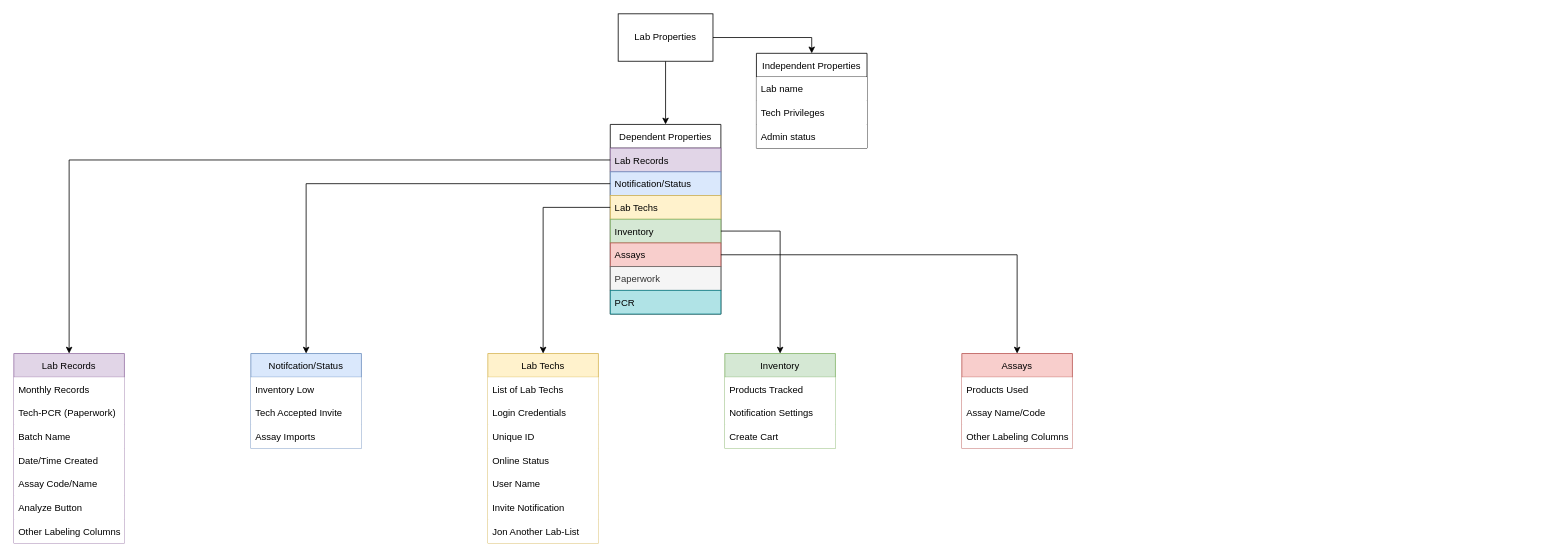
FusRaDa/pcr-paperwork-website-draw keeps this draw.io diagram as page "Properties" (2 of 3) of Untitled Diagram.drawio. Above is the earlier version. Source tidied: cells renumbered, new cells numbered last; positions are measured from the earlier drawing's top-left corner, leaving out a move shared by most shapes. Both pictures are drawn from the tidied source at 79%, with x=0, y=0 at pixel (13, 13).
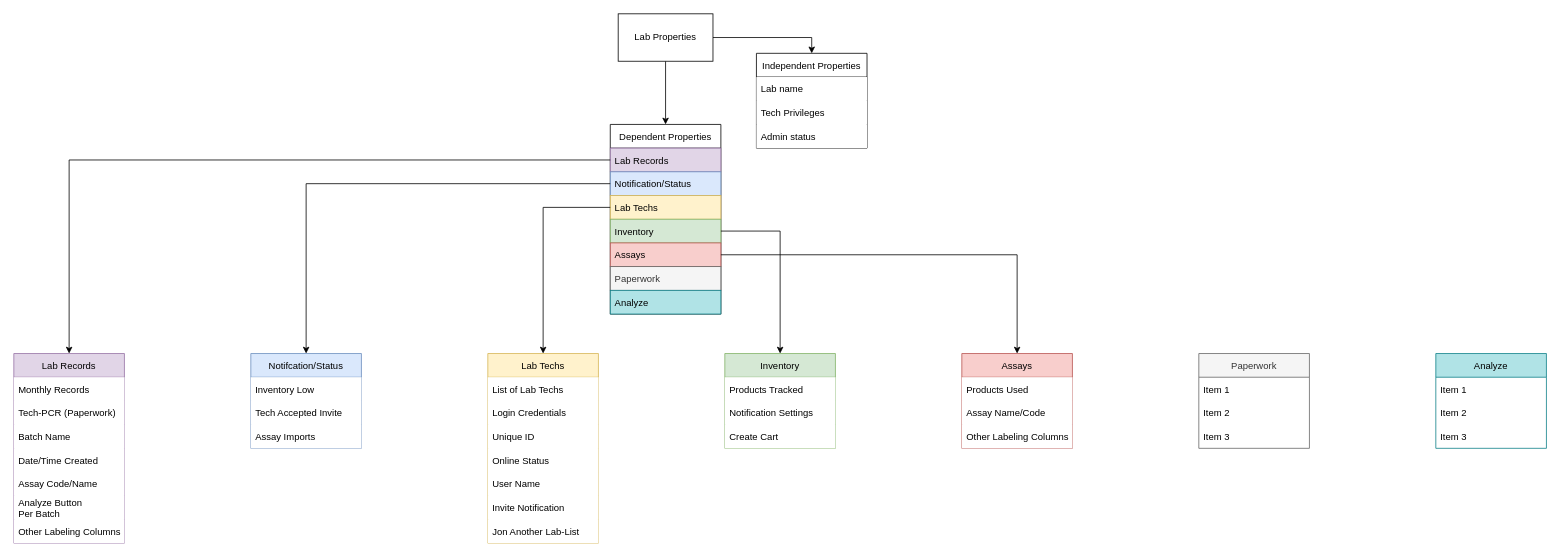
The same diagram, later.

The change refers to these unchanged cells:
```xml
<mxCell id="9" value="Dependent Properties" style="swimlane;fontStyle=0;horizontal=1;startSize=30;" parent="1" vertex="1">
  <mxGeometry x="755" y="140" width="140" height="240" as="geometry" />
</mxCell>
<mxCell id="17" value="Lab Records" style="swimlane;fontStyle=0;horizontal=1;startSize=30;fillColor=#e1d5e7;strokeColor=#9673a6;" parent="1" vertex="1">
  <mxGeometry y="430" width="140" height="240" as="geometry" />
</mxCell>
```

The edit, as a diff of the source:
```diff
@@
-    <mxCell id="16" value="PCR" style="text;strokeColor=#0e8088;fillColor=#b0e3e6;align=left;verticalAlign=middle;spacingLeft=4;spacingRight=4;overflow=hidden;" parent="9" vertex="1">
+    <mxCell id="16" value="Analyze" style="text;strokeColor=#0e8088;fillColor=#b0e3e6;align=left;verticalAlign=middle;spacingLeft=4;spacingRight=4;overflow=hidden;" parent="9" vertex="1">
       <mxGeometry y="210" width="140" height="30" as="geometry" />
     </mxCell>
@@
-    <mxCell id="23" value="Analyze Button" style="text;align=left;verticalAlign=middle;spacingLeft=4;spacingRight=4;overflow=hidden;fillColor=default;" parent="17" vertex="1">
+    <mxCell id="23" value="Analyze Button&#10;Per Batch" style="text;align=left;verticalAlign=middle;spacingLeft=4;spacingRight=4;overflow=hidden;fillColor=default;" parent="17" vertex="1">
       <mxGeometry y="180" width="140" height="30" as="geometry" />
     </mxCell>
@@
+    <mxCell id="50" value="Paperwork" style="swimlane;fontStyle=0;horizontal=1;startSize=30;fillColor=#f5f5f5;fontColor=#333333;strokeColor=#666666;" parent="1" vertex="1">
+      <mxGeometry x="1500" y="430" width="140" height="120" as="geometry" />
+    </mxCell>
+    <mxCell id="51" value="Item 1" style="text;strokeColor=none;fillColor=none;align=left;verticalAlign=middle;spacingLeft=4;spacingRight=4;overflow=hidden;" parent="50" vertex="1">
+      <mxGeometry y="30" width="140" height="30" as="geometry" />
+    </mxCell>
+    <mxCell id="52" value="Item 2" style="text;strokeColor=none;fillColor=none;align=left;verticalAlign=middle;spacingLeft=4;spacingRight=4;overflow=hidden;" parent="50" vertex="1">
+      <mxGeometry y="60" width="140" height="30" as="geometry" />
+    </mxCell>
+    <mxCell id="53" value="Item 3" style="text;strokeColor=none;fillColor=none;align=left;verticalAlign=middle;spacingLeft=4;spacingRight=4;overflow=hidden;" parent="50" vertex="1">
+      <mxGeometry y="90" width="140" height="30" as="geometry" />
+    </mxCell>
+    <mxCell id="54" value="Analyze" style="swimlane;fontStyle=0;horizontal=1;startSize=30;fillColor=#b0e3e6;strokeColor=#0e8088;" parent="1" vertex="1">
+      <mxGeometry x="1800" y="430" width="140" height="120" as="geometry" />
+    </mxCell>
+    <mxCell id="55" value="Item 1" style="text;strokeColor=none;fillColor=none;align=left;verticalAlign=middle;spacingLeft=4;spacingRight=4;overflow=hidden;" parent="54" vertex="1">
+      <mxGeometry y="30" width="140" height="30" as="geometry" />
+    </mxCell>
+    <mxCell id="56" value="Item 2" style="text;strokeColor=none;fillColor=none;align=left;verticalAlign=middle;spacingLeft=4;spacingRight=4;overflow=hidden;" parent="54" vertex="1">
+      <mxGeometry y="60" width="140" height="30" as="geometry" />
+    </mxCell>
+    <mxCell id="57" value="Item 3" style="text;strokeColor=none;fillColor=none;align=left;verticalAlign=middle;spacingLeft=4;spacingRight=4;overflow=hidden;" parent="54" vertex="1">
+      <mxGeometry y="90" width="140" height="30" as="geometry" />
+    </mxCell>
```
